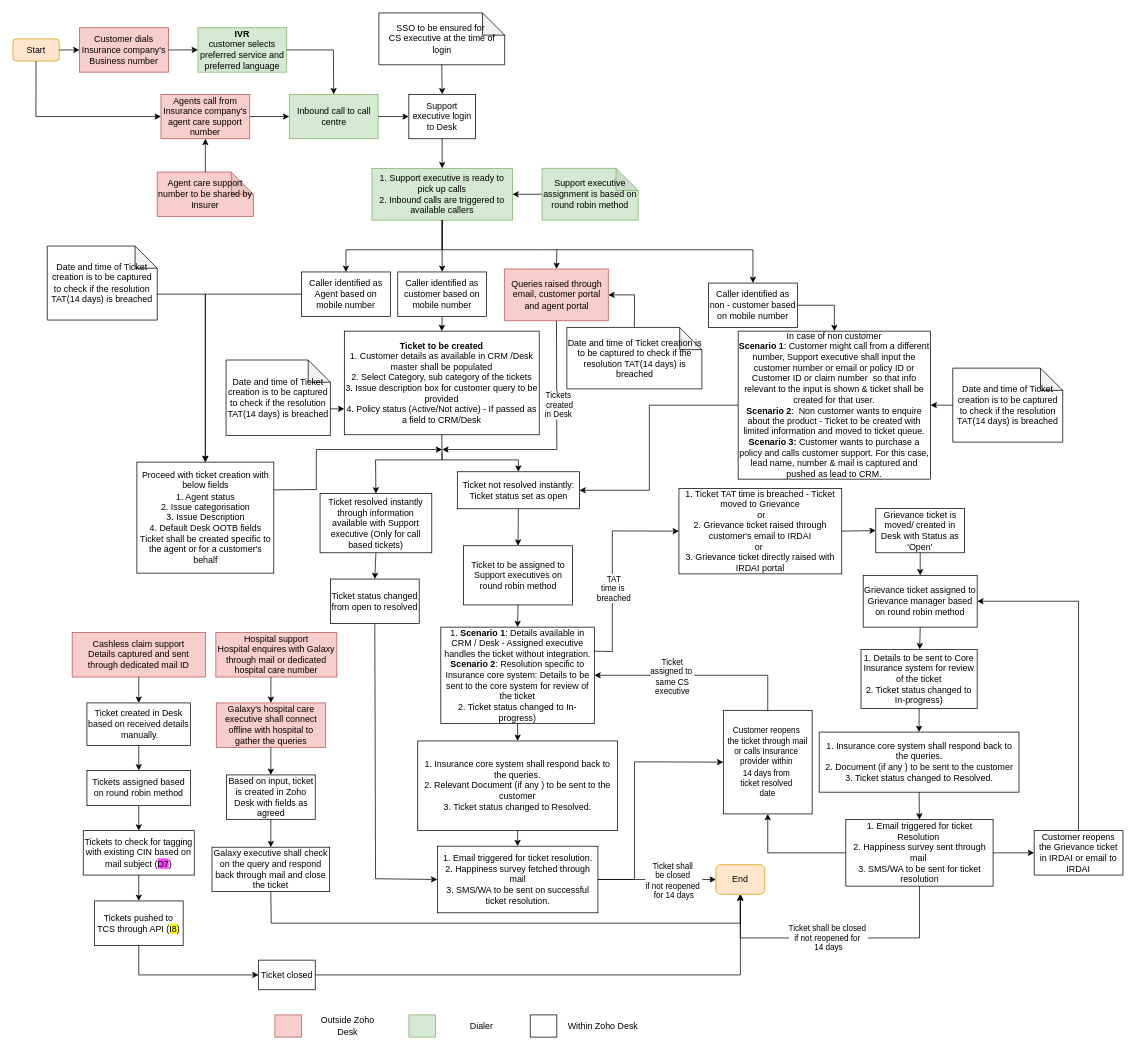
This is Insurance Customer Support.drawio from shaileshsreedar/Galaxy, a draw.io file, before an edit. Source tidied: cells renumbered, new cells numbered last; positions are measured from the earlier drawing's top-left corner, leaving out a move shared by most shapes. Both pictures are drawn from the tidied source at 74%, with x=0, y=0 at pixel (13, 13).
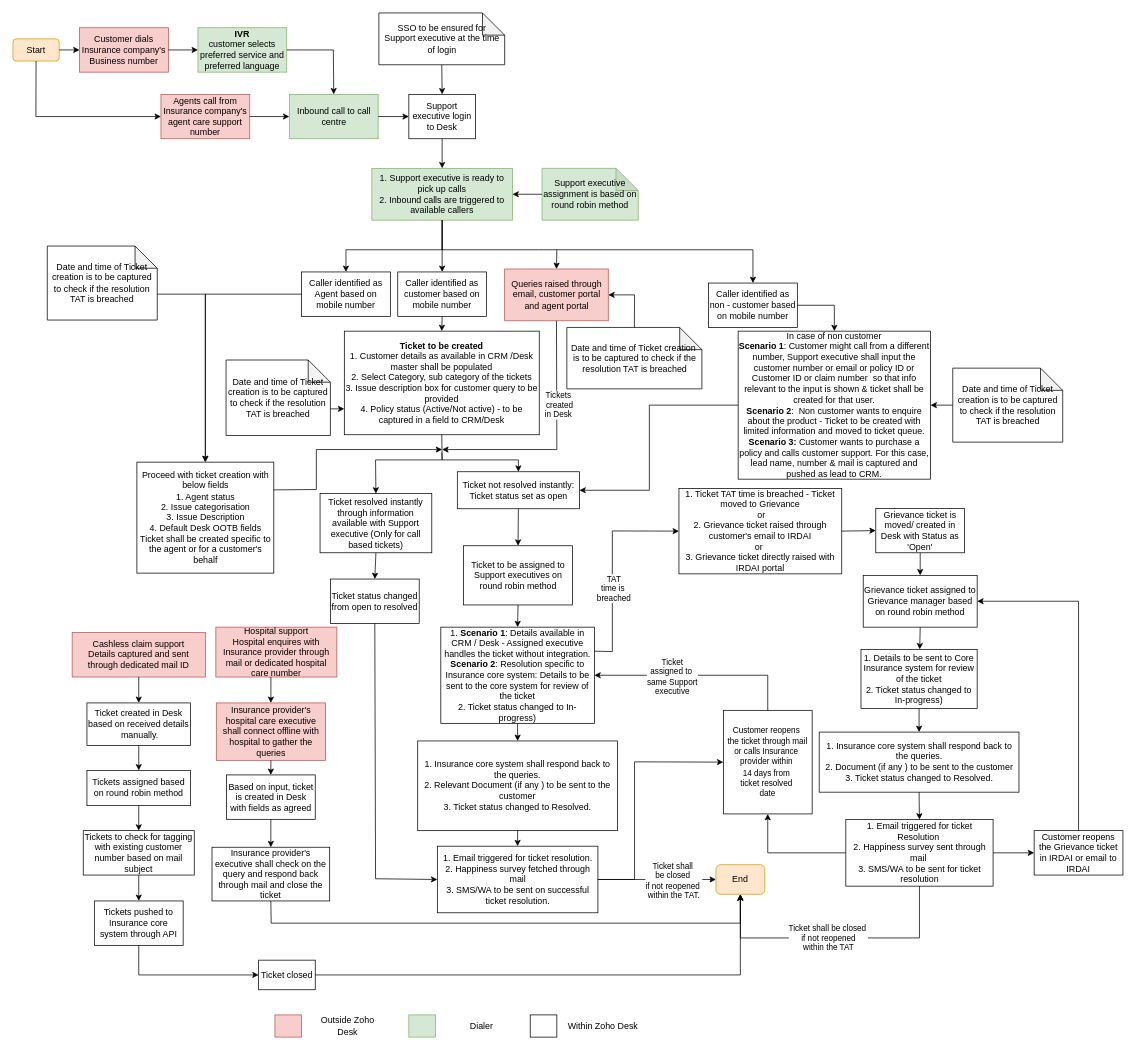
The same page after the edit.

Unchanged cells that the change refers to:
```xml
<mxCell id="9" value="Agents call from Insurance company's agent care support number" style="rounded=0;whiteSpace=wrap;html=1;fillColor=#f8cecc;strokeColor=#b85450;" parent="1" vertex="1">
  <mxGeometry x="200" y="110" width="120" height="60" as="geometry" />
</mxCell>
<mxCell id="57" style="endArrow=classic;html=1;rounded=0;entryX=0;entryY=0.5;entryDx=0;entryDy=0;exitX=1;exitY=0.5;exitDx=0;exitDy=0;" parent="1" edge="1" source="39" target="56">
  <mxGeometry relative="1" as="geometry" />
</mxCell>
<mxCell id="76" style="endArrow=classic;html=1;rounded=0;exitX=0.5;exitY=1;exitDx=0;exitDy=0;entryX=0.5;entryY=1;entryDx=0;entryDy=0;" parent="1" edge="1" source="71" target="56">
  <mxGeometry relative="1" as="geometry">
    <Array as="points">
      <mxPoint x="1225" y="1250" />
      <mxPoint x="983" y="1250" />
    </Array>
  </mxGeometry>
</mxCell>
<mxCell id="92" style="endArrow=classic;html=1;rounded=0;exitX=0.5;exitY=0;exitDx=0;exitDy=0;entryX=1;entryY=0.5;entryDx=0;entryDy=0;" parent="1" edge="1" source="90" target="45">
  <mxGeometry relative="1" as="geometry">
    <Array as="points">
      <mxPoint x="1020" y="895" />
    </Array>
  </mxGeometry>
</mxCell>
```

Change to the diagram source:
```diff
@@
-    <mxCell id="14" value="SSO to be ensured for&amp;nbsp;&lt;div&gt;CS executive at the time of login&lt;/div&gt;" style="shape=note;whiteSpace=wrap;html=1;backgroundOutline=1;darkOpacity=0.05;" parent="1" vertex="1">
+    <mxCell id="14" value="SSO to be ensured for Support&amp;nbsp;&lt;span style=&quot;background-color: transparent; color: light-dark(rgb(0, 0, 0), rgb(255, 255, 255));&quot;&gt;executive at the time of login&lt;/span&gt;" style="shape=note;whiteSpace=wrap;html=1;backgroundOutline=1;darkOpacity=0.05;" parent="1" vertex="1">
       <mxGeometry x="494.5" width="170" height="70" as="geometry" />
     </mxCell>
@@
-    <mxCell id="28" value="Agent care support number to be shared by Insurer" style="shape=note;whiteSpace=wrap;html=1;backgroundOutline=1;darkOpacity=0.05;fillColor=#f8cecc;strokeColor=#b85450;" parent="1" vertex="1">
-      <mxGeometry x="195" y="215" width="130" height="60" as="geometry" />
-    </mxCell>
-    <mxCell id="29" style="endArrow=classic;html=1;rounded=0;exitX=0.5;exitY=0;exitDx=0;exitDy=0;exitPerimeter=0;entryX=0.5;entryY=1;entryDx=0;entryDy=0;" parent="1" edge="1" source="28" target="9">
-      <mxGeometry relative="1" as="geometry" />
-    </mxCell>
@@
-    <mxCell id="33" value="&lt;b&gt;Ticket to be created&lt;/b&gt;&lt;div&gt;1. Customer details as available in CRM /Desk master shall be populated&lt;/div&gt;&lt;div&gt;2. Select Category, sub category of the tickets&lt;/div&gt;&lt;div&gt;3. Issue description box for customer query to be provided&lt;/div&gt;&lt;div&gt;4. Policy status (Active/Not active) - If passed as a field to CRM/Desk&lt;/div&gt;" style="rounded=0;whiteSpace=wrap;html=1;" parent="1" vertex="1">
+    <mxCell id="33" value="&lt;b&gt;Ticket to be created&lt;/b&gt;&lt;div&gt;1. Customer details as available in CRM /Desk master shall be populated&lt;/div&gt;&lt;div&gt;2. Select Category, sub category of the tickets&lt;/div&gt;&lt;div&gt;3. Issue description box for customer query to be provided&lt;/div&gt;&lt;div&gt;4. Policy status (Active/Not active) - to be captured in a field to CRM/Desk&lt;/div&gt;" style="rounded=0;whiteSpace=wrap;html=1;" parent="1" vertex="1">
       <mxGeometry x="447.8" y="430" width="263.4" height="140" as="geometry" />
     </mxCell>
@@
-    <mxCell id="47" value="Date and time of Ticket creation is to be captured to check if the resolution TAT(14 days) is breached" style="shape=note;whiteSpace=wrap;html=1;backgroundOutline=1;darkOpacity=0.05;" parent="1" vertex="1">
+    <mxCell id="47" value="Date and time of Ticket creation is to be captured to check if the resolution TAT is breached" style="shape=note;whiteSpace=wrap;html=1;backgroundOutline=1;darkOpacity=0.05;" parent="1" vertex="1">
       <mxGeometry x="46.4" y="315" width="148.6" height="100" as="geometry" />
     </mxCell>
@@
-    <mxCell id="49" value="Date and time of Ticket creation is to be captured to check if the resolution TAT(14 days) is breached" style="shape=note;whiteSpace=wrap;html=1;backgroundOutline=1;darkOpacity=0.05;" parent="1" vertex="1">
+    <mxCell id="49" value="Date and time of Ticket creation is to be captured to check if the resolution TAT is breached" style="shape=note;whiteSpace=wrap;html=1;backgroundOutline=1;darkOpacity=0.05;" parent="1" vertex="1">
       <mxGeometry x="288" y="469" width="141" height="102" as="geometry" />
     </mxCell>
-    <mxCell id="50" value="Date and time of Ticket creation is to be captured to check if the resolution TAT(14 days) is breached" style="shape=note;whiteSpace=wrap;html=1;backgroundOutline=1;darkOpacity=0.05;" parent="1" vertex="1">
+    <mxCell id="50" value="Date and time of Ticket creation is to be captured to check if the resolution TAT is breached" style="shape=note;whiteSpace=wrap;html=1;backgroundOutline=1;darkOpacity=0.05;" parent="1" vertex="1">
       <mxGeometry x="1270" y="480" width="148.6" height="100" as="geometry" />
     </mxCell>
-    <mxCell id="51" value="Date and time of Ticket creation is to be captured to check if the resolution TAT(14 days) is breached" style="shape=note;whiteSpace=wrap;html=1;backgroundOutline=1;darkOpacity=0.05;" parent="1" vertex="1">
+    <mxCell id="51" value="Date and time of Ticket creation&amp;nbsp;&lt;div&gt;is to be captured to check if the resolution TAT is breached&lt;/div&gt;" style="shape=note;whiteSpace=wrap;html=1;backgroundOutline=1;darkOpacity=0.05;" parent="1" vertex="1">
       <mxGeometry x="748.5" y="425" width="182.5" height="83" as="geometry" />
     </mxCell>
@@
-    <mxCell id="58" value="Ticket shall&amp;nbsp;&lt;div&gt;be closed&amp;nbsp;&lt;div&gt;if not reopened&amp;nbsp;&lt;/div&gt;&lt;div&gt;for 14 days&lt;/div&gt;&lt;/div&gt;" style="edgeLabel;html=1;align=center;verticalAlign=middle;" parent="57" vertex="1">
+    <mxCell id="58" value="Ticket shall&amp;nbsp;&lt;div&gt;be closed&amp;nbsp;&lt;div&gt;if not reopened&amp;nbsp;&lt;/div&gt;&lt;div&gt;within the TAT.&lt;/div&gt;&lt;/div&gt;" style="edgeLabel;html=1;align=center;verticalAlign=middle;" parent="57" vertex="1">
       <mxGeometry x="0.23" y="1" relative="1" as="geometry">
         <mxPoint x="4" y="2" as="offset" />
       </mxGeometry>
     </mxCell>
@@
-    <mxCell id="77" value="Ticket shall be closed&amp;nbsp;&lt;div&gt;if not reopened for&amp;nbsp;&lt;/div&gt;&lt;div&gt;14 days&lt;/div&gt;" style="edgeLabel;html=1;align=center;verticalAlign=middle;" parent="76" vertex="1">
+    <mxCell id="77" value="Ticket shall be closed&amp;nbsp;&lt;div&gt;if not reopened&lt;/div&gt;&lt;div&gt;within the TAT&lt;/div&gt;" style="edgeLabel;html=1;align=center;verticalAlign=middle;" parent="76" vertex="1">
       <mxGeometry x="0.04" y="-1" relative="1" as="geometry">
         <mxPoint x="-1" as="offset" />
       </mxGeometry>
     </mxCell>
@@
-    <mxCell id="93" value="Ticket&lt;div&gt;assigned to&amp;nbsp;&lt;/div&gt;&lt;div&gt;same CS&lt;/div&gt;&lt;div&gt;executive&lt;/div&gt;" style="edgeLabel;html=1;align=center;verticalAlign=middle;" parent="92" vertex="1">
+    <mxCell id="93" value="Ticket&lt;div&gt;assigned to&amp;nbsp;&lt;/div&gt;&lt;div&gt;same Support&lt;/div&gt;&lt;div&gt;executive&lt;/div&gt;" style="edgeLabel;html=1;align=center;verticalAlign=middle;" parent="92" vertex="1">
       <mxGeometry x="0.26" y="1" relative="1" as="geometry" />
     </mxCell>
-    <mxCell id="94" value="Hospital support&lt;div&gt;Hospital enquires with Galaxy through mail or dedicated hospital care number&lt;/div&gt;" style="rounded=0;whiteSpace=wrap;html=1;fillColor=#f8cecc;strokeColor=#b85450;" parent="1" vertex="1">
-      <mxGeometry x="274.2" y="837.4" width="163.5" height="60" as="geometry" />
+    <mxCell id="94" value="Hospital support&lt;div&gt;Hospital enquires with Insurance provider through mail or dedicated hospital care number&lt;/div&gt;" style="rounded=0;whiteSpace=wrap;html=1;fillColor=#f8cecc;strokeColor=#b85450;" parent="1" vertex="1">
+      <mxGeometry x="274.2" y="830" width="163.5" height="67.4" as="geometry" />
     </mxCell>
-    <mxCell id="95" value="Galaxy's hospital care executive shall connect offline with hospital to gather the queries" style="rounded=0;whiteSpace=wrap;html=1;fillColor=#f8cecc;strokeColor=#b85450;" parent="1" vertex="1">
-      <mxGeometry x="274.8" y="932.4" width="147.5" height="60" as="geometry" />
+    <mxCell id="95" value="Insurance provider's hospital care executive shall connect offline with hospital to gather the queries" style="rounded=0;whiteSpace=wrap;html=1;fillColor=#f8cecc;strokeColor=#b85450;" parent="1" vertex="1">
+      <mxGeometry x="274.8" y="932.4" width="147.5" height="77.6" as="geometry" />
     </mxCell>
-    <mxCell id="96" value="Based on input, ticket is created in Zoho Desk with fields as agreed" style="rounded=0;whiteSpace=wrap;html=1;" parent="1" vertex="1">
+    <mxCell id="96" value="Based on input, ticket is created in Desk with fields as agreed" style="rounded=0;whiteSpace=wrap;html=1;" parent="1" vertex="1">
       <mxGeometry x="288.5" y="1029.7" width="120" height="60" as="geometry" />
     </mxCell>
-    <mxCell id="97" value="Galaxy executive shall check on the query and respond back through mail and close the ticket" style="rounded=0;whiteSpace=wrap;html=1;" parent="1" vertex="1">
-      <mxGeometry x="269" y="1127.4" width="159" height="60" as="geometry" />
+    <mxCell id="97" value="Insurance provider's executive shall check on the query and respond back through mail and close the ticket" style="rounded=0;whiteSpace=wrap;html=1;" parent="1" vertex="1">
+      <mxGeometry x="269" y="1127.4" width="159" height="72.6" as="geometry" />
     </mxCell>
@@
-    <mxCell id="107" value="Tickets to check for tagging with existing CIN based on mail subject (&lt;span style=&quot;background-color: rgb(255, 64, 255);&quot;&gt;D7&lt;/span&gt;)" style="rounded=0;whiteSpace=wrap;html=1;" parent="1" vertex="1">
+    <mxCell id="107" value="Tickets to check for tagging with existing customer number based on mail subject" style="rounded=0;whiteSpace=wrap;html=1;" parent="1" vertex="1">
       <mxGeometry x="95" y="1105" width="150" height="60" as="geometry" />
     </mxCell>
@@
-    <mxCell id="109" value="Tickets pushed to TCS through API (&lt;span style=&quot;background-color: rgb(255, 251, 0);&quot;&gt;I8&lt;/span&gt;)" style="rounded=0;whiteSpace=wrap;html=1;" parent="1" vertex="1">
+    <mxCell id="109" value="Tickets pushed to Insurance core system through API" style="rounded=0;whiteSpace=wrap;html=1;" parent="1" vertex="1">
       <mxGeometry x="110" y="1200" width="120" height="60" as="geometry" />
     </mxCell>
```
